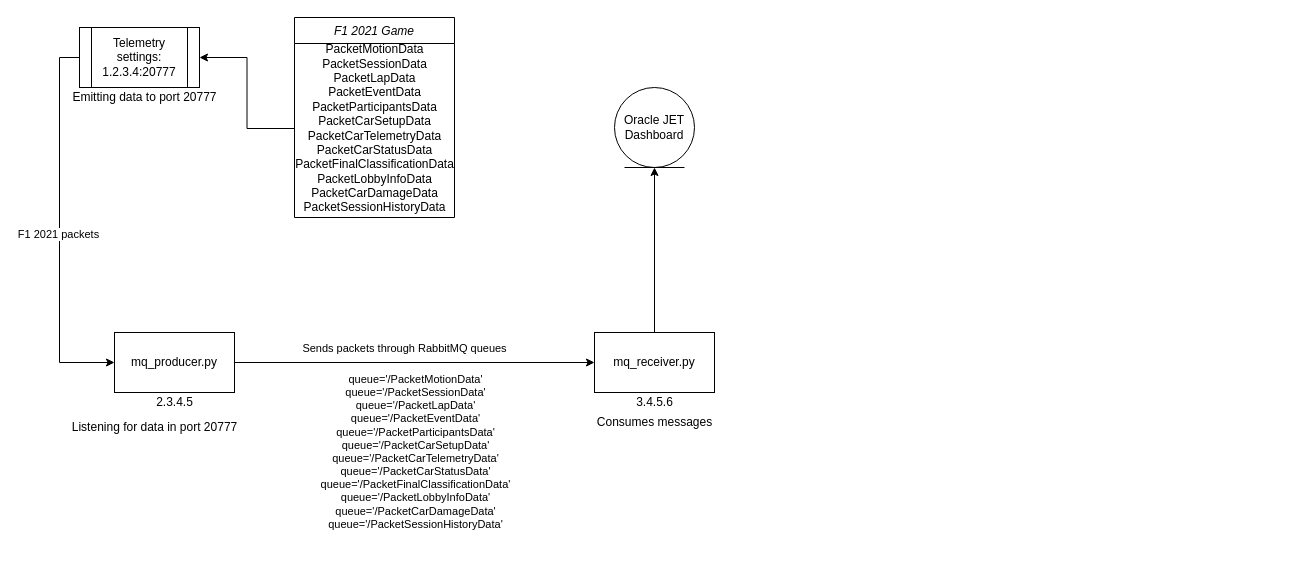
Earlier version of the draw.io diagram Untitled Diagram.drawio (jasperan/diagrams). Source tidied: cells renumbered, new cells numbered last; positions are measured from the earlier drawing's top-left corner, leaving out a move shared by most shapes. Both pictures are drawn from the tidied source at 100%, with x=0, y=0 at pixel (59, 17).
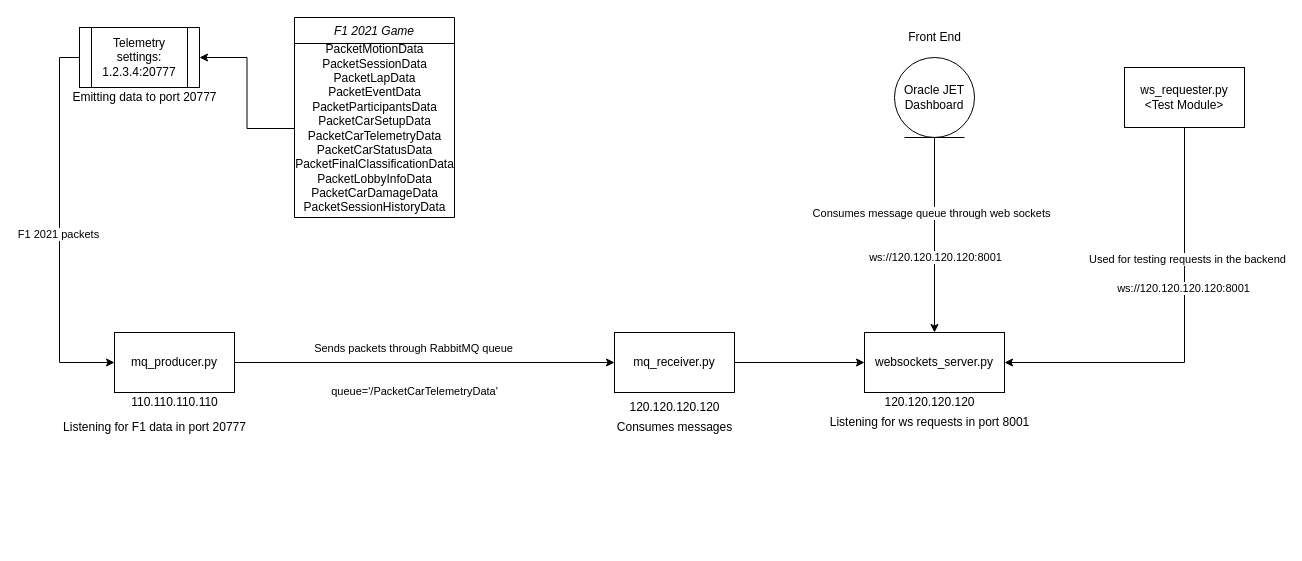
After the change.

The change refers to these unchanged cells:
```xml
<mxCell id="4" style="edgeStyle=orthogonalEdgeStyle;rounded=0;jettySize=auto;html=1;exitX=1;exitY=0.5;exitDx=0;exitDy=0;entryX=0;entryY=0.5;entryDx=0;entryDy=0;" parent="1" edge="1" source="7" target="9">
  <mxGeometry relative="1" as="geometry" />
</mxCell>
```

What changed in the source:
```diff
@@
-    <mxCell id="5" value="&lt;div&gt;queue='/PacketMotionData'&lt;br&gt;queue='/PacketSessionData'&lt;br&gt;queue='/PacketLapData'&lt;br&gt;queue='/PacketEventData'&lt;br&gt;&lt;div&gt;queue='/PacketParticipantsData'&lt;/div&gt;&lt;div&gt;queue='/PacketCarSetupData'&lt;/div&gt;&lt;div&gt;queue='/PacketCarTelemetryData'&lt;/div&gt;&lt;div&gt;queue='/PacketCarStatusData'&lt;/div&gt;&lt;div&gt;queue='/PacketFinalClassificationData'&lt;/div&gt;&lt;div&gt;queue='/PacketLobbyInfoData'&lt;/div&gt;&lt;div&gt;queue='/PacketCarDamageData'&lt;/div&gt;&lt;div&gt;queue='/PacketSessionHistoryData'&lt;br&gt;&lt;/div&gt;&lt;/div&gt;&lt;div&gt;&lt;br&gt;&lt;/div&gt;" style="edgeLabel;html=1;align=center;verticalAlign=middle;" parent="4" vertex="1">
-      <mxGeometry x="-0.09" y="1" relative="1" as="geometry">
-        <mxPoint x="16" y="96" as="offset" />
-      </mxGeometry>
-    </mxCell>
-    <mxCell id="6" value="Sends packets through RabbitMQ queues" style="edgeLabel;html=1;align=center;verticalAlign=middle;" parent="4" vertex="1">
+    <mxCell id="6" value="Sends packets through RabbitMQ queue" style="edgeLabel;html=1;align=center;verticalAlign=middle;" parent="4" vertex="1">
       <mxGeometry x="-0.12" y="3" relative="1" as="geometry">
         <mxPoint x="11" y="-12" as="offset" />
       </mxGeometry>
     </mxCell>
+    <mxCell id="20" value="&lt;div&gt;&lt;br&gt;&lt;div&gt;queue='/PacketCarTelemetryData'&lt;/div&gt;&lt;/div&gt;&lt;div&gt;&lt;br&gt;&lt;br&gt;&lt;/div&gt;" style="edgeLabel;html=1;align=center;verticalAlign=middle;" parent="4" vertex="1">
+      <mxGeometry x="-0.13" y="-4" relative="1" as="geometry">
+        <mxPoint x="14" y="31" as="offset" />
+      </mxGeometry>
+    </mxCell>
@@
-    <mxCell id="8" style="edgeStyle=orthogonalEdgeStyle;rounded=0;jettySize=auto;html=1;exitX=0.5;exitY=0;exitDx=0;exitDy=0;entryX=0.5;entryY=1;entryDx=0;entryDy=0;" parent="1" edge="1" source="9" target="18">
-      <mxGeometry relative="1" as="geometry" />
-    </mxCell>
+    <mxCell id="21" style="edgeStyle=orthogonalEdgeStyle;rounded=0;jettySize=auto;html=1;exitX=1;exitY=0.5;exitDx=0;exitDy=0;entryX=0;entryY=0.5;entryDx=0;entryDy=0;" parent="1" edge="1" source="9" target="29">
+      <mxGeometry relative="1" as="geometry" />
+    </mxCell>
     <mxCell id="9" value="&lt;div&gt;mq_receiver.py&lt;/div&gt;" style="rounded=0;whiteSpace=wrap;html=1;" parent="1" vertex="1">
-      <mxGeometry x="535" y="315" width="120" height="60" as="geometry" />
+      <mxGeometry x="555" y="315" width="120" height="60" as="geometry" />
     </mxCell>
@@
-    <mxCell id="13" value="&lt;div&gt;2.3.4.5&lt;/div&gt;" style="text;html=1;align=center;verticalAlign=middle;strokeColor=none;fillColor=none;" parent="1" vertex="1">
-      <mxGeometry x="90" y="375" width="50" height="20" as="geometry" />
+    <mxCell id="13" value="110.110.110.110" style="text;html=1;align=center;verticalAlign=middle;strokeColor=none;fillColor=none;" parent="1" vertex="1">
+      <mxGeometry x="65" y="375" width="100" height="20" as="geometry" />
     </mxCell>
-    <mxCell id="14" value="&lt;div&gt;3.4.5.6&lt;/div&gt;" style="text;html=1;align=center;verticalAlign=middle;strokeColor=none;fillColor=none;" parent="1" vertex="1">
-      <mxGeometry x="570" y="375" width="50" height="20" as="geometry" />
+    <mxCell id="14" value="120.120.120.120" style="text;html=1;align=center;verticalAlign=middle;strokeColor=none;fillColor=none;" parent="1" vertex="1">
+      <mxGeometry x="560" y="380" width="110" height="20" as="geometry" />
     </mxCell>
-    <mxCell id="15" value="Listening for data in port 20777" style="text;html=1;align=center;verticalAlign=middle;strokeColor=none;fillColor=none;" parent="1" vertex="1">
-      <mxGeometry y="400" width="190" height="20" as="geometry" />
+    <mxCell id="15" value="Listening for F1 data in port 20777" style="text;html=1;align=center;verticalAlign=middle;strokeColor=none;fillColor=none;" parent="1" vertex="1">
+      <mxGeometry x="-5" y="400" width="200" height="20" as="geometry" />
     </mxCell>
@@
+    <mxCell id="22" style="edgeStyle=orthogonalEdgeStyle;rounded=0;jettySize=auto;html=1;exitX=0.5;exitY=1;exitDx=0;exitDy=0;entryX=0.5;entryY=0;entryDx=0;entryDy=0;" parent="1" edge="1" source="18" target="29">
+      <mxGeometry relative="1" as="geometry" />
+    </mxCell>
+    <mxCell id="23" value="Consumes message queue through web sockets" style="edgeLabel;html=1;align=center;verticalAlign=middle;" parent="22" vertex="1">
+      <mxGeometry x="-0.23" y="-4" relative="1" as="geometry" />
+    </mxCell>
+    <mxCell id="24" value="ws://120.120.120.120:8001" style="edgeLabel;html=1;align=center;verticalAlign=middle;" parent="22" vertex="1">
+      <mxGeometry x="0.22" relative="1" as="geometry" />
+    </mxCell>
     <mxCell id="18" value="Oracle JET Dashboard" style="ellipse;shape=umlEntity;whiteSpace=wrap;html=1;" parent="1" vertex="1">
-      <mxGeometry x="555" y="70" width="80" height="80" as="geometry" />
+      <mxGeometry x="835" y="40" width="80" height="80" as="geometry" />
     </mxCell>
     <mxCell id="19" value="Consumes messages" style="text;html=1;align=center;verticalAlign=middle;strokeColor=none;fillColor=none;" parent="1" vertex="1">
-      <mxGeometry x="525" y="395" width="140" height="20" as="geometry" />
+      <mxGeometry x="545" y="400" width="140" height="20" as="geometry" />
     </mxCell>
+    <mxCell id="25" style="edgeStyle=orthogonalEdgeStyle;rounded=0;jettySize=auto;html=1;exitX=0.5;exitY=1;exitDx=0;exitDy=0;entryX=1;entryY=0.5;entryDx=0;entryDy=0;" parent="1" edge="1" source="28" target="29">
+      <mxGeometry relative="1" as="geometry" />
+    </mxCell>
+    <mxCell id="26" value="Used for testing requests in the backend" style="edgeLabel;html=1;align=center;verticalAlign=middle;" parent="25" vertex="1">
+      <mxGeometry x="-0.37" y="2" relative="1" as="geometry" />
+    </mxCell>
+    <mxCell id="27" value="ws://120.120.120.120:8001" style="edgeLabel;html=1;align=center;verticalAlign=middle;" parent="25" vertex="1">
+      <mxGeometry x="-0.23" y="-2" relative="1" as="geometry" />
+    </mxCell>
+    <mxCell id="28" value="&lt;div&gt;ws_requester.py&lt;/div&gt;&lt;div&gt;&amp;lt;Test Module&amp;gt;&lt;br&gt;&lt;/div&gt;" style="rounded=0;whiteSpace=wrap;html=1;" parent="1" vertex="1">
+      <mxGeometry x="1065" y="50" width="120" height="60" as="geometry" />
+    </mxCell>
+    <mxCell id="29" value="websockets_server.py" style="rounded=0;whiteSpace=wrap;html=1;" parent="1" vertex="1">
+      <mxGeometry x="805" y="315" width="140" height="60" as="geometry" />
+    </mxCell>
+    <mxCell id="30" value="120.120.120.120" style="text;html=1;align=center;verticalAlign=middle;strokeColor=none;fillColor=none;" parent="1" vertex="1">
+      <mxGeometry x="815" y="375" width="110" height="20" as="geometry" />
+    </mxCell>
+    <mxCell id="31" value="Listening for ws requests in port 8001" style="text;html=1;align=center;verticalAlign=middle;strokeColor=none;fillColor=none;" parent="1" vertex="1">
+      <mxGeometry x="765" y="395" width="210" height="20" as="geometry" />
+    </mxCell>
+    <mxCell id="32" value="Front End" style="text;html=1;align=center;verticalAlign=middle;strokeColor=none;fillColor=none;" parent="1" vertex="1">
+      <mxGeometry x="840" y="10" width="70" height="20" as="geometry" />
+    </mxCell>
```
